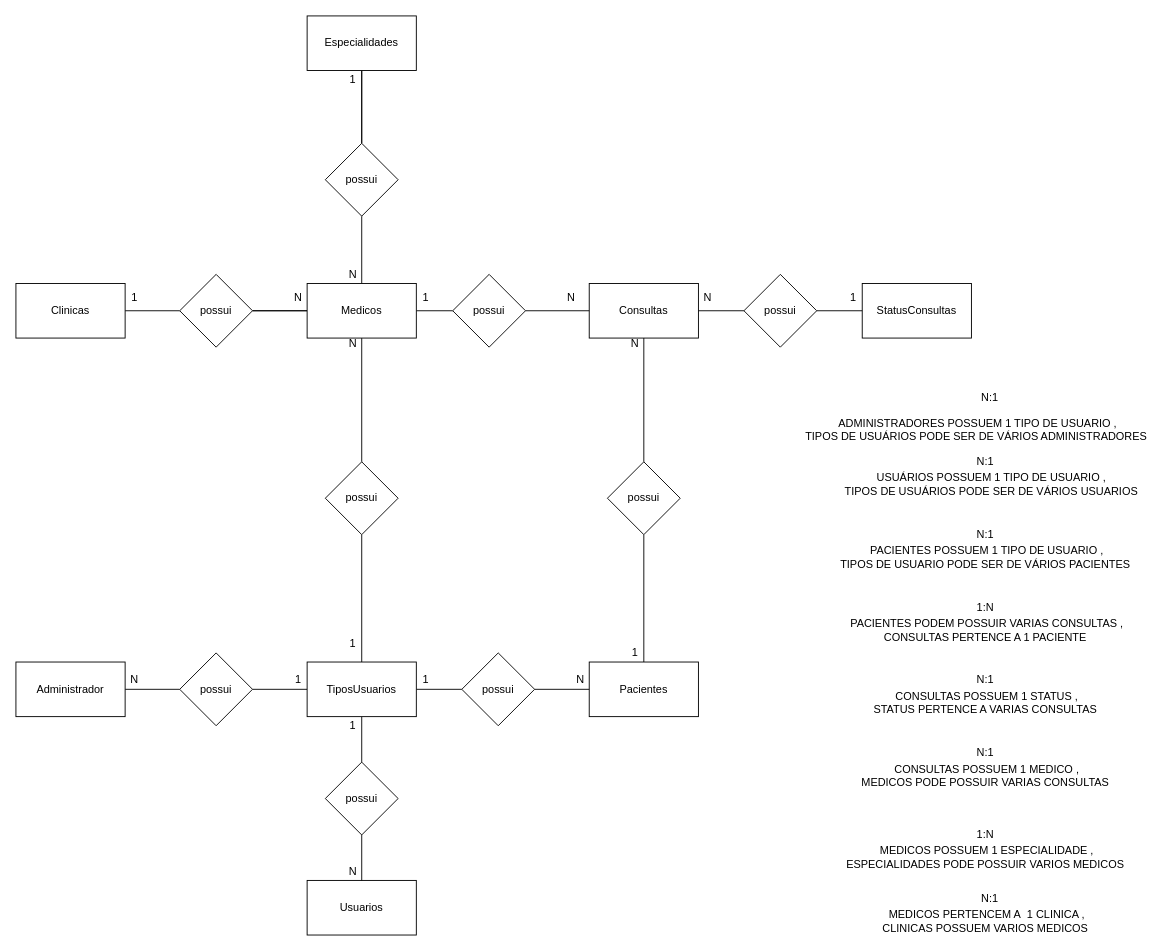
The draw.io diagram page "Conceitual" (1 of 2) of SP_Medical_Group/SP_Medical_Group_Modelos.drawio in Carlos-Augusto-Roque/Sprint1_bd, before the edit. Source tidied: cells renumbered, new cells numbered last; positions are measured from the earlier drawing's top-left corner, leaving out a move shared by most shapes. Both pictures are drawn from the tidied source at 91%, with x=0, y=0 at pixel (15, 15).
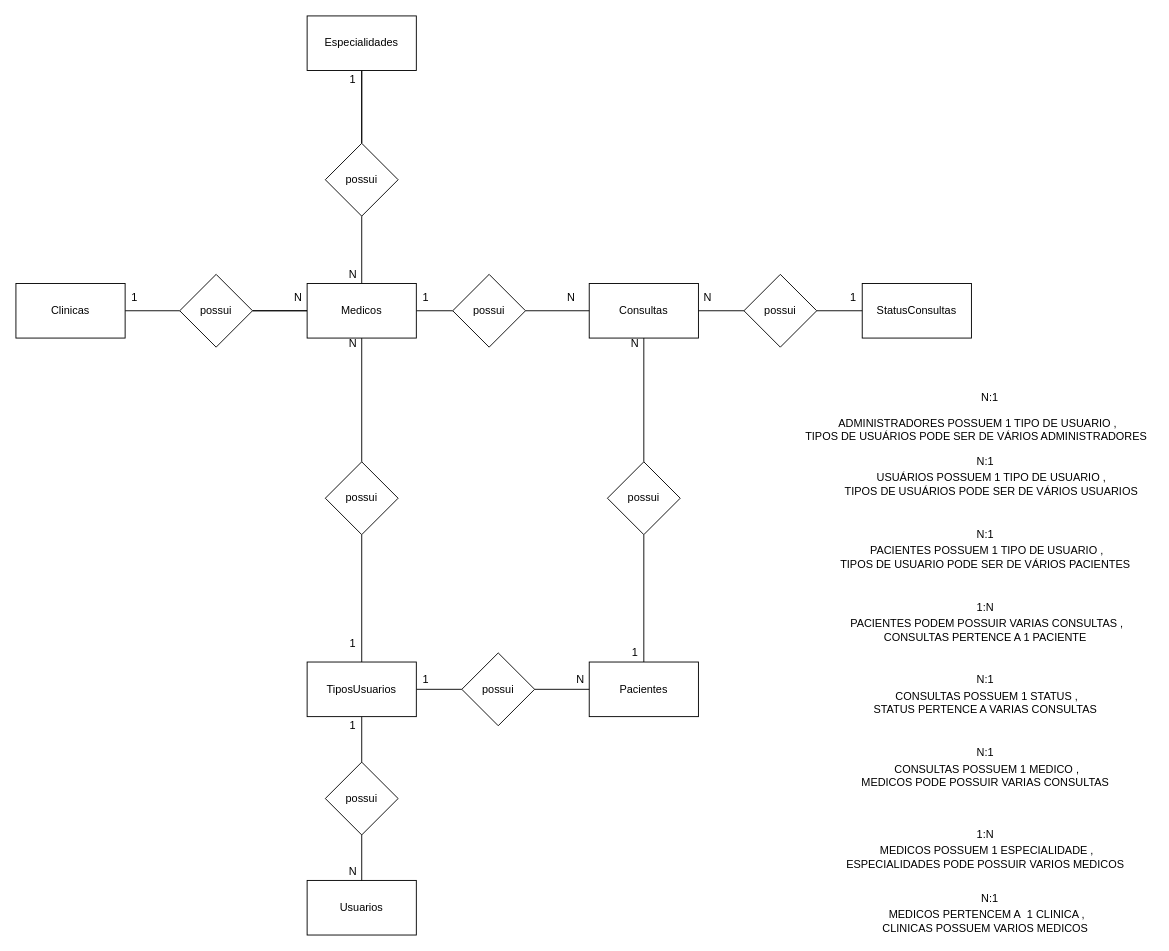
The same diagram, later.

The change refers to these unchanged cells:
```xml
<mxCell id="24" value="TiposUsuarios" style="rounded=0;whiteSpace=wrap;html=1;" parent="1" vertex="1">
  <mxGeometry x="320" y="710" width="120" height="60" as="geometry" />
</mxCell>
```

The edit, as a diff of the source:
```diff
@@
-    <mxCell id="4" style="edgeStyle=orthogonalEdgeStyle;rounded=0;jettySize=auto;html=1;endArrow=none;endFill=0;" parent="1" edge="1" source="5" target="33">
-      <mxGeometry relative="1" as="geometry" />
-    </mxCell>
-    <mxCell id="5" value="Administrador" style="rounded=0;whiteSpace=wrap;html=1;" parent="1" vertex="1">
-      <mxGeometry y="710" width="120" height="60" as="geometry" />
-    </mxCell>
@@
-    <mxCell id="21" style="edgeStyle=orthogonalEdgeStyle;rounded=0;jettySize=auto;html=1;endArrow=none;endFill=0;" parent="1" edge="1" source="24" target="33">
-      <mxGeometry relative="1" as="geometry" />
-    </mxCell>
@@
-    <mxCell id="33" value="possui" style="rhombus;whiteSpace=wrap;html=1;" parent="1" vertex="1">
-      <mxGeometry x="180" y="700" width="80" height="80" as="geometry" />
-    </mxCell>
-    <mxCell id="34" value="1" style="text;html=1;align=center;verticalAlign=middle;" parent="1" vertex="1">
-      <mxGeometry x="300" y="720" width="20" height="20" as="geometry" />
-    </mxCell>
-    <mxCell id="35" value="N" style="text;html=1;align=center;verticalAlign=middle;" parent="1" vertex="1">
-      <mxGeometry x="120" y="720" width="20" height="20" as="geometry" />
-    </mxCell>
```
